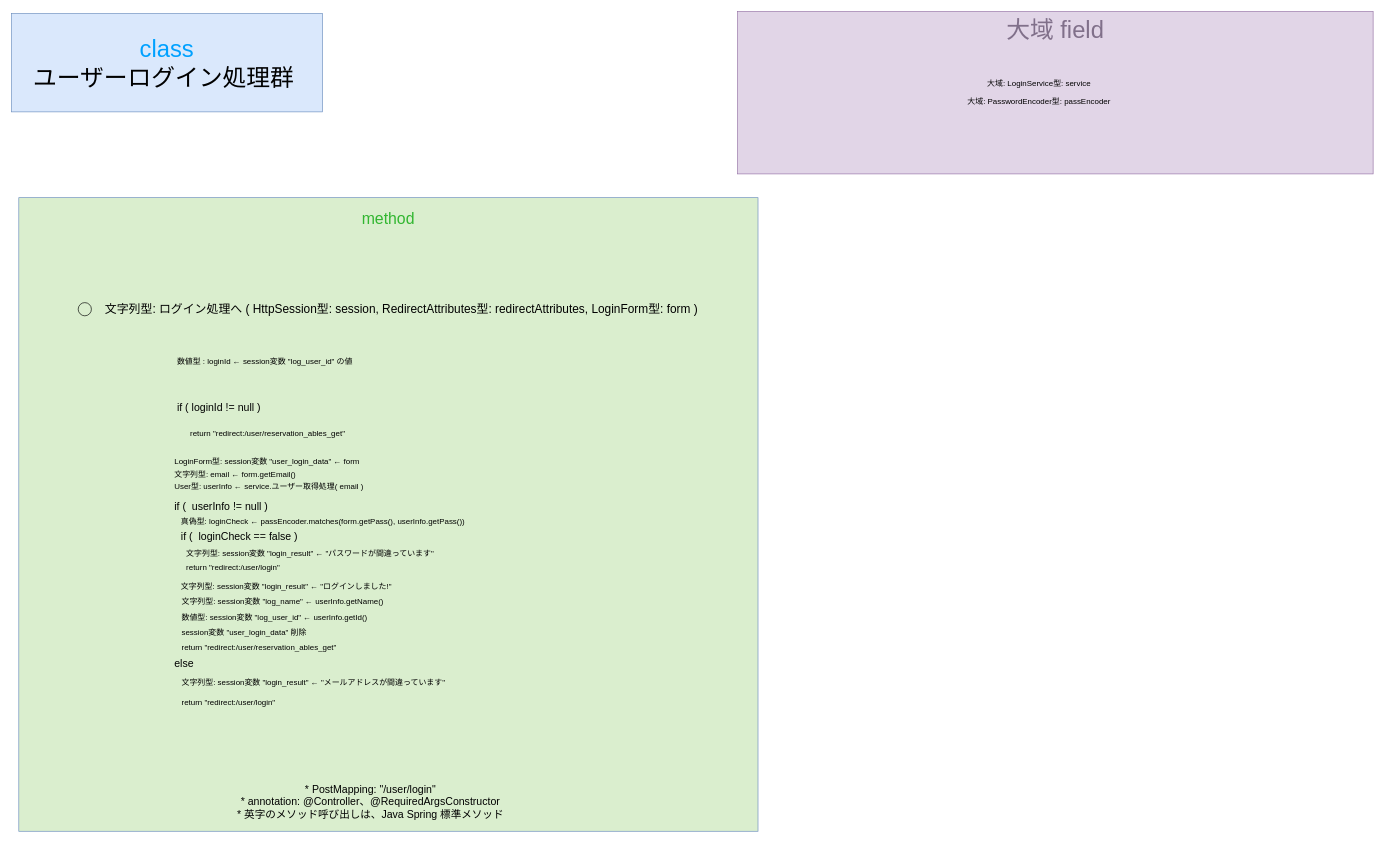
Before: gijigengo/controller/user/meeting_reservation_sys controller_user LoginControllerクラス 疑似言語.drawio in tro319/meeting_reservation_system, a draw.io diagram. Source tidied: cells renumbered, new cells numbered last; positions are measured from the earlier drawing's top-left corner, leaving out a move shared by most shapes. Both pictures are drawn from the tidied source at 66%, with x=0, y=0 at pixel (11, 11).
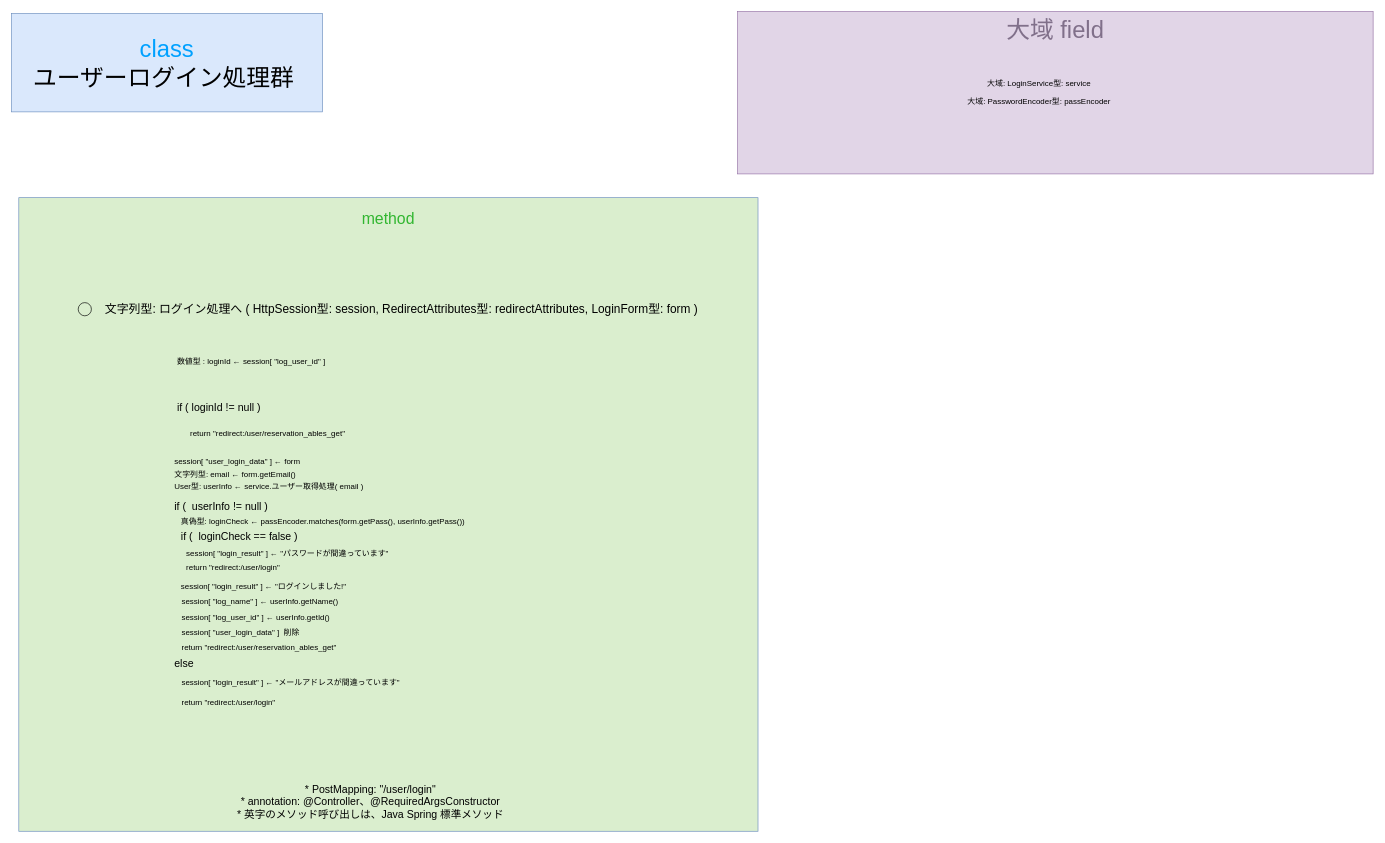
After the change.

Change to the diagram source:
```diff
@@
-    <mxCell id="4" value="&lt;div&gt;&lt;span style=&quot;color: rgb(0, 0, 0);&quot;&gt;&lt;font&gt;数値型 : loginId ←&amp;nbsp;&lt;/font&gt;&lt;/span&gt;&lt;span style=&quot;color: rgb(0, 0, 0);&quot;&gt;&lt;font&gt;session変数 &quot;log_user_id&quot; の値&lt;/font&gt;&lt;/span&gt;&lt;/div&gt;" style="text;html=1;whiteSpace=wrap;strokeColor=none;fillColor=none;align=left;verticalAlign=middle;rounded=0;fontSize=12;" parent="1" vertex="1">
+    <mxCell id="4" value="&lt;div&gt;&lt;span style=&quot;color: rgb(0, 0, 0);&quot;&gt;&lt;font&gt;数値型 : loginId ←&amp;nbsp;&lt;/font&gt;&lt;/span&gt;&lt;span style=&quot;color: rgb(0, 0, 0);&quot;&gt;&lt;font&gt;session[ &quot;log_user_id&quot; ]&lt;/font&gt;&lt;/span&gt;&lt;/div&gt;" style="text;html=1;whiteSpace=wrap;strokeColor=none;fillColor=none;align=left;verticalAlign=middle;rounded=0;fontSize=12;" parent="1" vertex="1">
       <mxGeometry x="249" y="515" width="590" height="30" as="geometry" />
     </mxCell>
@@
-    <mxCell id="7" value="LoginForm型: session変数 &quot;user_login_data&quot; ← form" style="text;html=1;whiteSpace=wrap;strokeColor=none;fillColor=none;align=left;verticalAlign=middle;rounded=0;" parent="1" vertex="1">
+    <mxCell id="7" value="session[ &quot;user_login_data&quot; ] ← form" style="text;html=1;whiteSpace=wrap;strokeColor=none;fillColor=none;align=left;verticalAlign=middle;rounded=0;" parent="1" vertex="1">
       <mxGeometry x="245" y="667" width="590" height="30" as="geometry" />
     </mxCell>
@@
-    <mxCell id="16" value="文字列型: session変数 &quot;login_result&quot; ← &quot;パスワードが間違っています&quot;" style="text;html=1;whiteSpace=wrap;strokeColor=none;fillColor=none;align=left;verticalAlign=middle;rounded=0;" parent="1" vertex="1">
+    <mxCell id="16" value="session[ &quot;login_result&quot; ] ← &quot;パスワードが間違っています&quot;" style="text;html=1;whiteSpace=wrap;strokeColor=none;fillColor=none;align=left;verticalAlign=middle;rounded=0;" parent="1" vertex="1">
       <mxGeometry x="263" y="807" width="590" height="30" as="geometry" />
     </mxCell>
@@
-    <mxCell id="21" value="文字列型: session変数 &quot;login_result&quot; ← &quot;ログインしました!&quot;" style="text;html=1;whiteSpace=wrap;strokeColor=none;fillColor=none;align=left;verticalAlign=middle;rounded=0;" parent="1" vertex="1">
+    <mxCell id="21" value="session[ &quot;login_result&quot; ] ← &quot;ログインしました!&quot;" style="text;html=1;whiteSpace=wrap;strokeColor=none;fillColor=none;align=left;verticalAlign=middle;rounded=0;" parent="1" vertex="1">
       <mxGeometry x="255" y="857" width="624" height="30" as="geometry" />
     </mxCell>
-    <mxCell id="22" value="文字列型: session変数 &quot;log_name&quot; ← userInfo.getName()" style="text;html=1;whiteSpace=wrap;strokeColor=none;fillColor=none;align=left;verticalAlign=middle;rounded=0;" parent="1" vertex="1">
+    <mxCell id="22" value="session[ &quot;log_name&quot; ] ← userInfo.getName()" style="text;html=1;whiteSpace=wrap;strokeColor=none;fillColor=none;align=left;verticalAlign=middle;rounded=0;" parent="1" vertex="1">
       <mxGeometry x="256" y="879" width="624" height="30" as="geometry" />
     </mxCell>
-    <mxCell id="23" value="数値型: session変数 &quot;log_user_id&quot; ← userInfo.getId()" style="text;html=1;whiteSpace=wrap;strokeColor=none;fillColor=none;align=left;verticalAlign=middle;rounded=0;" parent="1" vertex="1">
+    <mxCell id="23" value="session[ &quot;log_user_id&quot; ] ← userInfo.getId()" style="text;html=1;whiteSpace=wrap;strokeColor=none;fillColor=none;align=left;verticalAlign=middle;rounded=0;" parent="1" vertex="1">
       <mxGeometry x="256" y="904" width="624" height="30" as="geometry" />
     </mxCell>
@@
-    <mxCell id="26" value="文字列型: session変数 &quot;login_result&quot; ← &quot;メールアドレスが間違っています&quot;" style="text;html=1;whiteSpace=wrap;strokeColor=none;fillColor=none;align=left;verticalAlign=middle;rounded=0;" parent="1" vertex="1">
+    <mxCell id="26" value="session[ &quot;login_result&quot; ] ← &quot;メールアドレスが間違っています&quot;" style="text;html=1;whiteSpace=wrap;strokeColor=none;fillColor=none;align=left;verticalAlign=middle;rounded=0;" parent="1" vertex="1">
       <mxGeometry x="256" y="1002" width="590" height="30" as="geometry" />
     </mxCell>
@@
-    <mxCell id="28" value="session変数 &quot;user_login_data&quot; 削除" style="text;html=1;whiteSpace=wrap;strokeColor=none;fillColor=none;align=left;verticalAlign=middle;rounded=0;" parent="1" vertex="1">
+    <mxCell id="28" value="session[ &quot;user_login_data&quot; ]&amp;nbsp; 削除" style="text;html=1;whiteSpace=wrap;strokeColor=none;fillColor=none;align=left;verticalAlign=middle;rounded=0;" parent="1" vertex="1">
       <mxGeometry x="256" y="926" width="624" height="30" as="geometry" />
     </mxCell>
```
